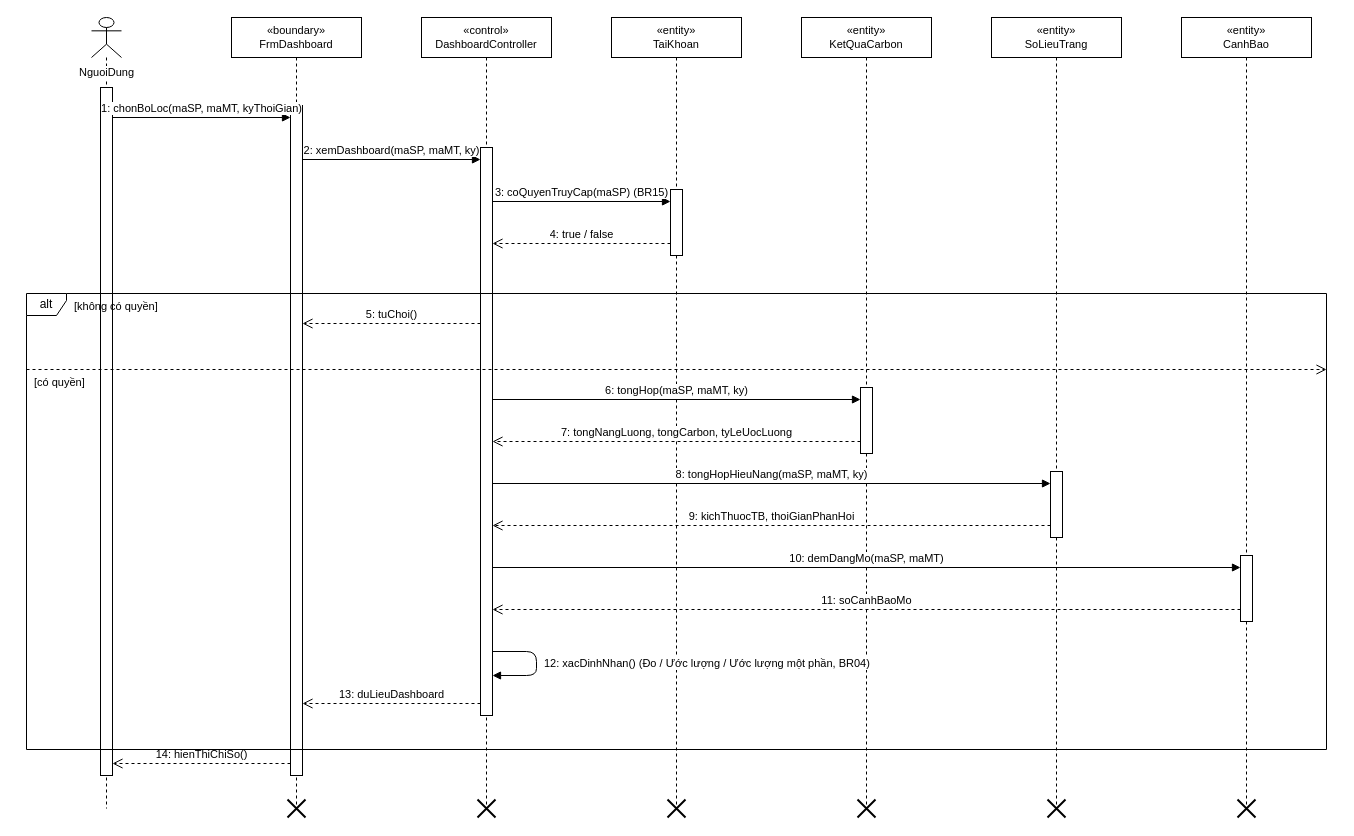
Earlier version of the draw.io diagram docs/diagrams/03_TuanTu/UC_GD_012_Sequence_XemDashboard.drawio (TranThienNhan8279/GreenDash). Source tidied: cells renumbered, new cells numbered last; positions are measured from the earlier drawing's top-left corner, leaving out a move shared by most shapes. Both pictures are drawn from the tidied source at 100%, with x=0, y=0 at pixel (26, 17).
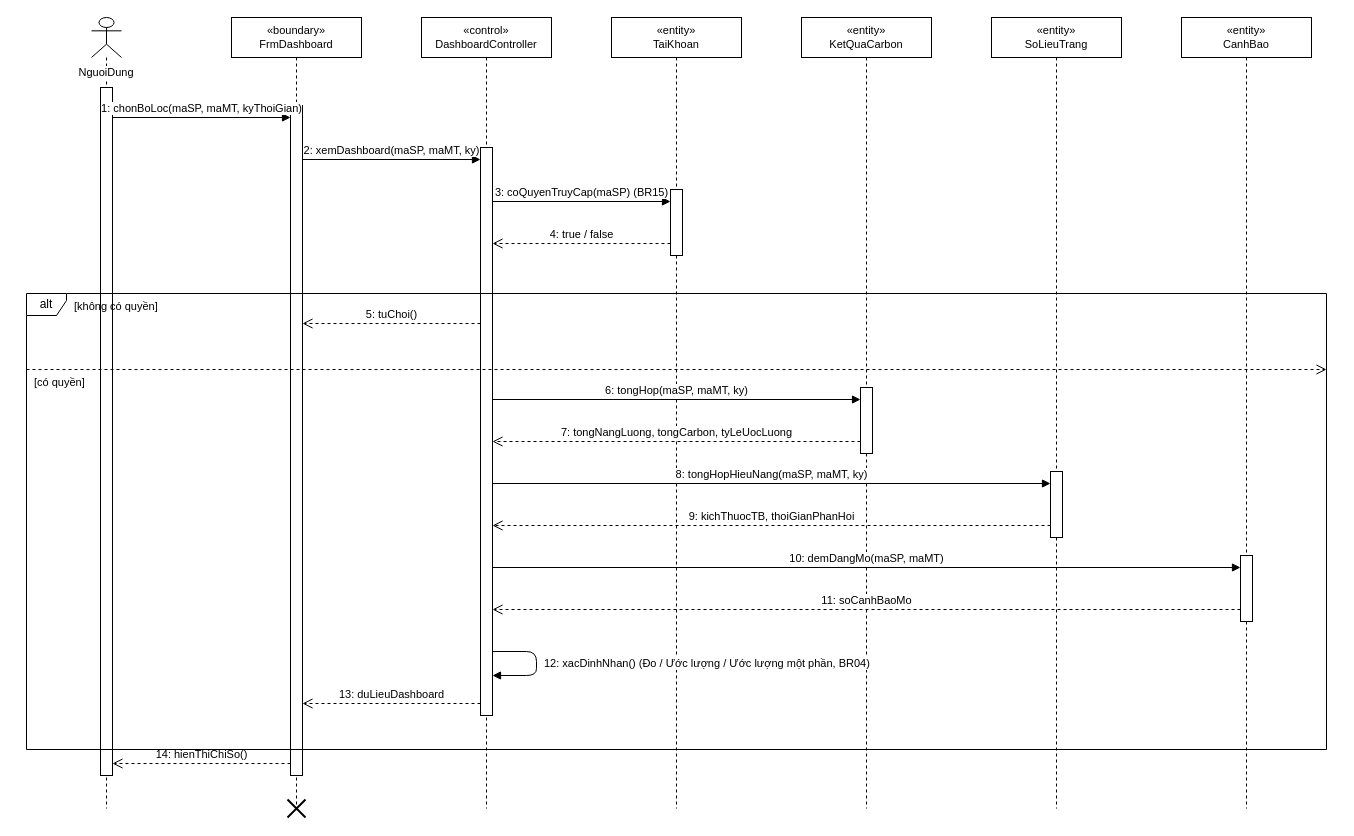
The same diagram, later.

Change to the diagram source:
```diff
@@
-    <mxCell id="2" value="NguoiDung" style="shape=umlLifeline;participant=umlActor;verticalAlign=top;spacingTop=42;labelBackgroundColor=#ffffff;perimeter=lifelinePerimeter;whiteSpace=nowrap;html=1;fontSize=11;" parent="1" vertex="1">
+    <mxCell id="2" value="NguoiDung" style="shape=umlLifeline;participant=umlActor;verticalAlign=top;spacingTop=42;labelBackgroundColor=#ffffff;perimeter=lifelinePerimeter;whiteSpace=wrap;html=1;fontSize=11;" parent="1" vertex="1">
       <mxGeometry x="65" width="30" height="791" as="geometry" />
     </mxCell>
@@
-    <mxCell id="13" style="shape=umlDestroy;html=1;strokeWidth=2;strokeColor=#000000;" parent="1" vertex="1">
-      <mxGeometry x="451" y="782" width="18" height="18" as="geometry" />
-    </mxCell>
@@
-    <mxCell id="15" style="shape=umlDestroy;html=1;strokeWidth=2;strokeColor=#000000;" parent="1" vertex="1">
-      <mxGeometry x="641" y="782" width="18" height="18" as="geometry" />
-    </mxCell>
@@
-    <mxCell id="17" style="shape=umlDestroy;html=1;strokeWidth=2;strokeColor=#000000;" parent="1" vertex="1">
-      <mxGeometry x="831" y="782" width="18" height="18" as="geometry" />
-    </mxCell>
@@
-    <mxCell id="19" style="shape=umlDestroy;html=1;strokeWidth=2;strokeColor=#000000;" parent="1" vertex="1">
-      <mxGeometry x="1021" y="782" width="18" height="18" as="geometry" />
-    </mxCell>
@@
-    <mxCell id="21" style="shape=umlDestroy;html=1;strokeWidth=2;strokeColor=#000000;" parent="1" vertex="1">
-      <mxGeometry x="1211" y="782" width="18" height="18" as="geometry" />
-    </mxCell>
```
